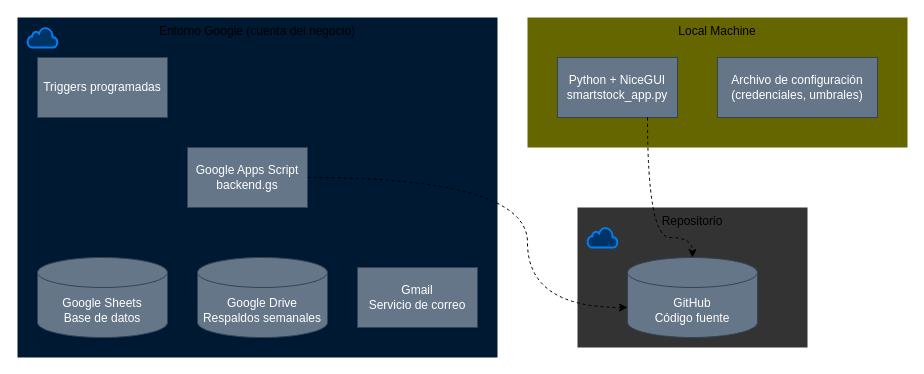
Before: page "Despliegue" (2 of 9) of Docs/UML/Drawio/All_Diagrams.drawio in ochuxx-u/smartstock, a draw.io diagram. Source tidied: cells renumbered, new cells numbered last; positions are measured from the earlier drawing's top-left corner, leaving out a move shared by most shapes. Both pictures are drawn from the tidied source at 100%, with x=0, y=0 at pixel (17, 17).
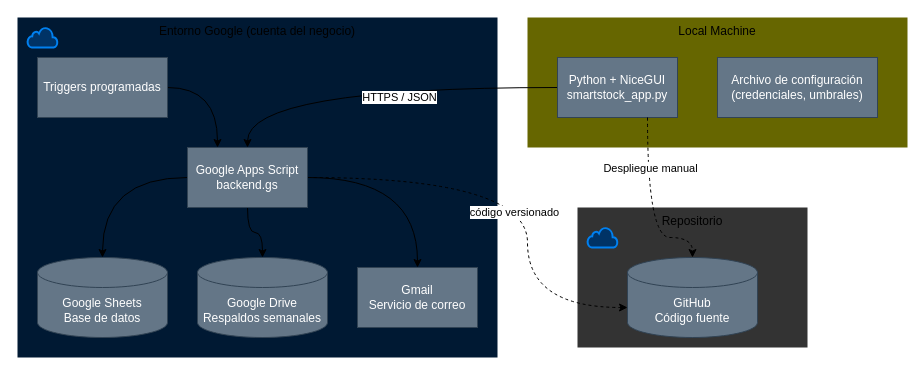
The same diagram, later.

Commit message (it also covers changes not shown here):
Feat: README created with UML diagrams

The change refers to these unchanged cells:
```xml
<mxCell id="5" style="edgeStyle=orthogonalEdgeStyle;rounded=0;jettySize=auto;html=1;curved=1;dashed=1;" parent="1" edge="1" source="6" target="14">
  <mxGeometry relative="1" as="geometry">
    <Array as="points">
      <mxPoint x="510" y="160" />
      <mxPoint x="510" y="290" />
    </Array>
  </mxGeometry>
</mxCell>
<mxCell id="6" value="Google Apps Script&lt;div&gt;backend.gs&lt;/div&gt;" style="rounded=0;whiteSpace=wrap;html=1;fillColor=#647687;fontColor=#ffffff;strokeColor=#314354;" parent="1" vertex="1">
  <mxGeometry x="170" y="130" width="120" height="60" as="geometry" />
</mxCell>
<mxCell id="7" value="Gmail&lt;div&gt;Servicio de correo&lt;/div&gt;" style="rounded=0;whiteSpace=wrap;html=1;fillColor=#647687;fontColor=#ffffff;strokeColor=#314354;" parent="1" vertex="1">
  <mxGeometry x="340" y="250" width="120" height="60" as="geometry" />
</mxCell>
<mxCell id="8" value="Google Sheets&lt;div&gt;Base de datos&lt;/div&gt;" style="shape=cylinder3;whiteSpace=wrap;html=1;boundedLbl=1;backgroundOutline=1;size=15;fillColor=#647687;fontColor=#ffffff;strokeColor=#314354;" parent="1" vertex="1">
  <mxGeometry x="20" y="240" width="130" height="80" as="geometry" />
</mxCell>
<mxCell id="9" value="Google Drive&lt;div&gt;Respaldos semanales&lt;/div&gt;" style="shape=cylinder3;whiteSpace=wrap;html=1;boundedLbl=1;backgroundOutline=1;size=15;fillColor=#647687;fontColor=#ffffff;strokeColor=#314354;" parent="1" vertex="1">
  <mxGeometry x="180" y="240" width="130" height="80" as="geometry" />
</mxCell>
<mxCell id="10" value="Triggers programadas" style="rounded=0;whiteSpace=wrap;html=1;fillColor=#647687;fontColor=#ffffff;strokeColor=#314354;" parent="1" vertex="1">
  <mxGeometry x="20" y="40" width="130" height="60" as="geometry" />
</mxCell>
<mxCell id="12" value="Python + NiceGUI&lt;div&gt;smartstock_app.py&lt;/div&gt;" style="rounded=0;whiteSpace=wrap;html=1;fillColor=#647687;fontColor=#ffffff;strokeColor=#314354;" parent="1" vertex="1">
  <mxGeometry x="540" y="40" width="120" height="60" as="geometry" />
</mxCell>
<mxCell id="16" style="edgeStyle=orthogonalEdgeStyle;rounded=0;jettySize=auto;html=1;curved=1;dashed=1;" parent="1" edge="1" source="12" target="14">
  <mxGeometry relative="1" as="geometry">
    <Array as="points">
      <mxPoint x="630" y="220" />
      <mxPoint x="675" y="220" />
    </Array>
  </mxGeometry>
</mxCell>
```

What changed in the source:
```diff
@@
+    <mxCell id="17" value="código versionado" style="edgeLabel;html=1;align=center;verticalAlign=middle;" parent="5" vertex="1">
+      <mxGeometry x="0.13" y="-14" relative="1" as="geometry" />
+    </mxCell>
+    <mxCell id="18" style="edgeStyle=orthogonalEdgeStyle;rounded=0;jettySize=auto;html=1;curved=1;" parent="1" edge="1" source="6" target="8">
+      <mxGeometry relative="1" as="geometry" />
+    </mxCell>
+    <mxCell id="19" style="edgeStyle=orthogonalEdgeStyle;rounded=0;jettySize=auto;html=1;curved=1;" parent="1" edge="1" source="6" target="9">
+      <mxGeometry relative="1" as="geometry" />
+    </mxCell>
+    <mxCell id="20" style="edgeStyle=orthogonalEdgeStyle;rounded=0;jettySize=auto;html=1;curved=1;" parent="1" edge="1" source="6" target="7">
+      <mxGeometry relative="1" as="geometry" />
+    </mxCell>
@@
+    <mxCell id="21" style="edgeStyle=orthogonalEdgeStyle;rounded=0;jettySize=auto;html=1;curved=1;" parent="1" edge="1" source="10" target="6">
+      <mxGeometry relative="1" as="geometry">
+        <Array as="points">
+          <mxPoint x="200" y="70" />
+        </Array>
+      </mxGeometry>
+    </mxCell>
@@
+    <mxCell id="22" style="edgeStyle=orthogonalEdgeStyle;rounded=0;jettySize=auto;html=1;curved=1;" parent="1" edge="1" source="12" target="6">
+      <mxGeometry relative="1" as="geometry" />
+    </mxCell>
+    <mxCell id="23" value="HTTPS / JSON" style="edgeLabel;html=1;align=center;verticalAlign=middle;" parent="22" vertex="1">
+      <mxGeometry x="-0.14" y="9" relative="1" as="geometry" />
+    </mxCell>
@@
+    <mxCell id="24" value="Despliegue manual" style="edgeLabel;html=1;align=center;verticalAlign=middle;" parent="16" vertex="1">
+      <mxGeometry x="-0.46" y="2" relative="1" as="geometry" />
+    </mxCell>
```
